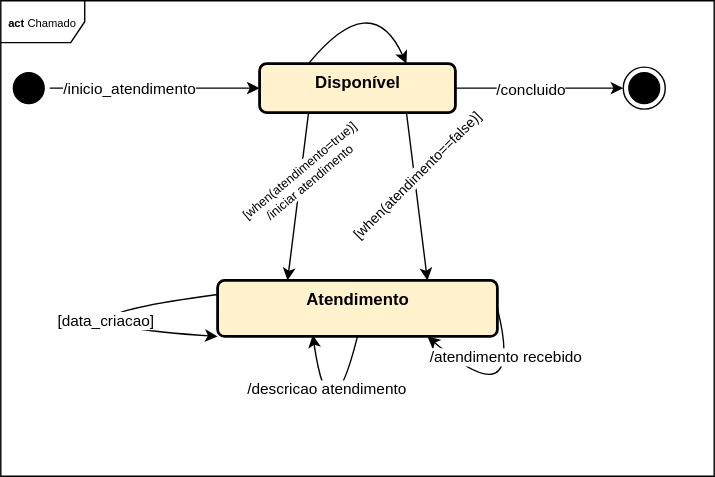
This is 3.Projeto/3.4.DTE/chamado-GECTI.drawio.svg from nicknamedelta/PS-SI-2021-2-GECTI, a draw.io export, as it was before one commit. Source tidied: cells renumbered, new cells last; positions are measured from the earlier drawing's top-left corner, leaving out a move shared by most shapes. Its diagram source:
```xml
<mxGraphModel>
  <root>
    <mxCell id="0" />
    <mxCell id="1" parent="0" />
    <mxCell id="2" value="&lt;font style=&quot;font-size: 8px&quot;&gt;&lt;b&gt;act&amp;nbsp;&lt;/b&gt;Chamado&lt;/font&gt;" style="shape=umlFrame;whiteSpace=wrap;html=1;" parent="1" vertex="1">
      <mxGeometry y="10" width="510" height="340" as="geometry" />
    </mxCell>
    <mxCell id="3" style="ellipse;html=1;shape=startState;fillColor=#000000;strokeColor=#000000;fontSize=8;" parent="1" vertex="1">
      <mxGeometry x="5" y="57.5" width="30" height="30" as="geometry" />
    </mxCell>
    <mxCell id="4" value="&lt;b&gt;Disponível&lt;/b&gt;" style="html=1;align=center;verticalAlign=top;rounded=1;absoluteArcSize=1;arcSize=10;dashed=0;strokeWidth=2;fillColor=#fff2cc;strokeColor=#000000;" parent="1" vertex="1">
      <mxGeometry x="185" y="55" width="140" height="35" as="geometry" />
    </mxCell>
    <mxCell id="5" style="endArrow=classic;html=1;rounded=0;exitX=1;exitY=0.5;exitDx=0;exitDy=0;entryX=0;entryY=0.5;entryDx=0;entryDy=0;" parent="1" edge="1" source="3" target="4">
      <mxGeometry relative="1" as="geometry" />
    </mxCell>
    <mxCell id="6" value="/inicio_atendimento" style="edgeLabel;html=1;align=center;verticalAlign=middle;" parent="5" vertex="1">
      <mxGeometry x="-0.25" y="1" relative="1" as="geometry">
        <mxPoint y="1" as="offset" />
      </mxGeometry>
    </mxCell>
    <mxCell id="7" style="endArrow=classic;html=1;rounded=0;entryX=0.75;entryY=0;entryDx=0;entryDy=0;exitX=0.25;exitY=0;exitDx=0;exitDy=0;edgeStyle=orthogonalEdgeStyle;curved=1;" parent="1" edge="1" source="4" target="4">
      <mxGeometry relative="1" as="geometry">
        <Array as="points">
          <mxPoint x="265" />
        </Array>
      </mxGeometry>
    </mxCell>
    <mxCell id="8" style="ellipse;html=1;shape=endState;fillColor=#000000;strokeColor=#000000;" parent="1" vertex="1">
      <mxGeometry x="445" y="57.5" width="30" height="30" as="geometry" />
    </mxCell>
    <mxCell id="9" style="endArrow=classic;html=1;rounded=0;curved=1;exitX=1;exitY=0.5;exitDx=0;exitDy=0;entryX=0;entryY=0.5;entryDx=0;entryDy=0;" parent="1" edge="1" source="4" target="8">
      <mxGeometry relative="1" as="geometry" />
    </mxCell>
    <mxCell id="10" value="/concluido" style="edgeLabel;html=1;align=center;verticalAlign=middle;" parent="9" vertex="1">
      <mxGeometry x="-0.12" relative="1" as="geometry">
        <mxPoint y="1" as="offset" />
      </mxGeometry>
    </mxCell>
    <mxCell id="11" value="&lt;b&gt;Atendimento&lt;/b&gt;" style="html=1;align=center;verticalAlign=top;rounded=1;absoluteArcSize=1;arcSize=10;dashed=0;strokeColor=#000000;fillColor=#fff2cc;gradientColor=none;strokeWidth=2;" parent="1" vertex="1">
      <mxGeometry x="155" y="210" width="200" height="40" as="geometry" />
    </mxCell>
    <mxCell id="12" style="endArrow=classic;html=1;rounded=0;curved=1;exitX=1;exitY=0.5;exitDx=0;exitDy=0;entryX=0.75;entryY=1;entryDx=0;entryDy=0;edgeStyle=orthogonalEdgeStyle;" parent="1" edge="1" source="11" target="11">
      <mxGeometry relative="1" as="geometry">
        <Array as="points">
          <mxPoint x="375" y="310" />
        </Array>
      </mxGeometry>
    </mxCell>
    <mxCell id="13" value="/atendimento recebido" style="edgeLabel;html=1;align=center;verticalAlign=middle;" parent="12" vertex="1">
      <mxGeometry x="-0.6" y="-3" relative="1" as="geometry" />
    </mxCell>
    <mxCell id="14" style="endArrow=classic;html=1;rounded=0;curved=1;exitX=0.5;exitY=1;exitDx=0;exitDy=0;entryX=0.34;entryY=0.975;entryDx=0;entryDy=0;edgeStyle=orthogonalEdgeStyle;entryPerimeter=0;" parent="1" edge="1" source="11" target="11">
      <mxGeometry relative="1" as="geometry">
        <Array as="points">
          <mxPoint x="235" y="330" />
        </Array>
      </mxGeometry>
    </mxCell>
    <mxCell id="15" value="/descricao atendimento" style="edgeLabel;html=1;align=center;verticalAlign=middle;" parent="14" vertex="1">
      <mxGeometry x="0.52" y="-4" relative="1" as="geometry" />
    </mxCell>
    <mxCell id="16" style="endArrow=classic;html=1;rounded=0;curved=1;entryX=0;entryY=1;entryDx=0;entryDy=0;exitX=0;exitY=0.25;exitDx=0;exitDy=0;edgeStyle=orthogonalEdgeStyle;" parent="1" edge="1" source="11" target="11">
      <mxGeometry relative="1" as="geometry">
        <Array as="points">
          <mxPoint x="5" y="240" />
        </Array>
      </mxGeometry>
    </mxCell>
    <mxCell id="17" value="[data_criacao]" style="edgeLabel;html=1;align=center;verticalAlign=middle;" parent="16" vertex="1">
      <mxGeometry x="0.47" y="6" relative="1" as="geometry" />
    </mxCell>
    <mxCell id="18" style="endArrow=classic;html=1;rounded=0;exitX=0.75;exitY=1;exitDx=0;exitDy=0;entryX=0.75;entryY=0;entryDx=0;entryDy=0;" parent="1" edge="1" source="4" target="11">
      <mxGeometry relative="1" as="geometry" />
    </mxCell>
    <mxCell id="19" value="[when(atendimento==false)]" style="edgeLabel;html=1;align=center;verticalAlign=middle;rotation=-45;fontSize=10;" parent="18" vertex="1">
      <mxGeometry x="-0.25" y="1" relative="1" as="geometry">
        <mxPoint y="-1" as="offset" />
      </mxGeometry>
    </mxCell>
    <mxCell id="20" style="endArrow=classic;html=1;rounded=0;exitX=0.25;exitY=1;exitDx=0;exitDy=0;entryX=0.25;entryY=0;entryDx=0;entryDy=0;" parent="1" edge="1" source="4" target="11">
      <mxGeometry relative="1" as="geometry" />
    </mxCell>
    <mxCell id="21" value="&lt;font style=&quot;font-size: 9px&quot;&gt;[when(atendimento=true)]&lt;br&gt;/iniciar atendimento&lt;br&gt;&lt;/font&gt;" style="edgeLabel;html=1;align=center;verticalAlign=middle;rotation=-40;fontSize=9;" parent="20" vertex="1">
      <mxGeometry x="-0.24" y="2" relative="1" as="geometry" />
    </mxCell>
  </root>
</mxGraphModel>
```
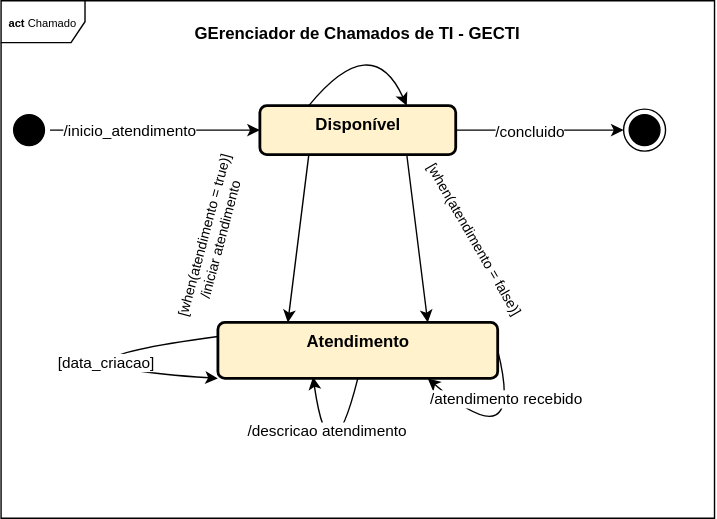
After the change.

Change to the diagram source:
```diff
@@ -3,18 +3,18 @@
     <mxCell id="0" />
     <mxCell id="1" parent="0" />
     <mxCell id="2" value="&lt;font style=&quot;font-size: 8px&quot;&gt;&lt;b&gt;act&amp;nbsp;&lt;/b&gt;Chamado&lt;/font&gt;" style="shape=umlFrame;whiteSpace=wrap;html=1;" parent="1" vertex="1">
-      <mxGeometry y="10" width="510" height="340" as="geometry" />
+      <mxGeometry y="-20" width="510" height="370" as="geometry" />
     </mxCell>
-    <mxCell id="3" style="ellipse;html=1;shape=startState;fillColor=#000000;strokeColor=#000000;fontSize=8;" parent="1" vertex="1">
-      <mxGeometry x="5" y="57.5" width="30" height="30" as="geometry" />
-    </mxCell>
+    <mxCell id="22" style="ellipse;html=1;shape=startState;fillColor=#000000;strokeColor=#000000;fontSize=8;" parent="1" vertex="1">
+      <mxGeometry x="5" y="57.5" width="30" height="30" as="geometry" />
+    </mxCell>
     <mxCell id="4" value="&lt;b&gt;Disponível&lt;/b&gt;" style="html=1;align=center;verticalAlign=top;rounded=1;absoluteArcSize=1;arcSize=10;dashed=0;strokeWidth=2;fillColor=#fff2cc;strokeColor=#000000;" parent="1" vertex="1">
       <mxGeometry x="185" y="55" width="140" height="35" as="geometry" />
     </mxCell>
-    <mxCell id="5" style="endArrow=classic;html=1;rounded=0;exitX=1;exitY=0.5;exitDx=0;exitDy=0;entryX=0;entryY=0.5;entryDx=0;entryDy=0;" parent="1" edge="1" source="3" target="4">
-      <mxGeometry relative="1" as="geometry" />
-    </mxCell>
+    <mxCell id="23" style="endArrow=classic;html=1;rounded=0;exitX=1;exitY=0.5;exitDx=0;exitDy=0;entryX=0;entryY=0.5;entryDx=0;entryDy=0;" parent="1" edge="1" source="22" target="4">
+      <mxGeometry relative="1" as="geometry" />
+    </mxCell>
-    <mxCell id="6" value="/inicio_atendimento" style="edgeLabel;html=1;align=center;verticalAlign=middle;" parent="5" vertex="1">
+    <mxCell id="6" value="/inicio_atendimento" style="edgeLabel;html=1;align=center;verticalAlign=middle;" parent="23" vertex="1">
       <mxGeometry x="-0.25" y="1" relative="1" as="geometry">
         <mxPoint y="1" as="offset" />
       </mxGeometry>
@@ -26,13 +26,13 @@
         </Array>
       </mxGeometry>
     </mxCell>
-    <mxCell id="8" style="ellipse;html=1;shape=endState;fillColor=#000000;strokeColor=#000000;" parent="1" vertex="1">
-      <mxGeometry x="445" y="57.5" width="30" height="30" as="geometry" />
-    </mxCell>
-    <mxCell id="9" style="endArrow=classic;html=1;rounded=0;curved=1;exitX=1;exitY=0.5;exitDx=0;exitDy=0;entryX=0;entryY=0.5;entryDx=0;entryDy=0;" parent="1" edge="1" source="4" target="8">
-      <mxGeometry relative="1" as="geometry" />
-    </mxCell>
+    <mxCell id="24" style="ellipse;html=1;shape=endState;fillColor=#000000;strokeColor=#000000;" parent="1" vertex="1">
+      <mxGeometry x="445" y="57.5" width="30" height="30" as="geometry" />
+    </mxCell>
+    <mxCell id="25" style="endArrow=classic;html=1;rounded=0;curved=1;exitX=1;exitY=0.5;exitDx=0;exitDy=0;entryX=0;entryY=0.5;entryDx=0;entryDy=0;" parent="1" edge="1" source="4" target="24">
+      <mxGeometry relative="1" as="geometry" />
+    </mxCell>
-    <mxCell id="10" value="/concluido" style="edgeLabel;html=1;align=center;verticalAlign=middle;" parent="9" vertex="1">
+    <mxCell id="10" value="/concluido" style="edgeLabel;html=1;align=center;verticalAlign=middle;" parent="25" vertex="1">
       <mxGeometry x="-0.12" relative="1" as="geometry">
         <mxPoint y="1" as="offset" />
       </mxGeometry>
@@ -40,49 +40,54 @@
     <mxCell id="11" value="&lt;b&gt;Atendimento&lt;/b&gt;" style="html=1;align=center;verticalAlign=top;rounded=1;absoluteArcSize=1;arcSize=10;dashed=0;strokeColor=#000000;fillColor=#fff2cc;gradientColor=none;strokeWidth=2;" parent="1" vertex="1">
       <mxGeometry x="155" y="210" width="200" height="40" as="geometry" />
     </mxCell>
-    <mxCell id="12" style="endArrow=classic;html=1;rounded=0;curved=1;exitX=1;exitY=0.5;exitDx=0;exitDy=0;entryX=0.75;entryY=1;entryDx=0;entryDy=0;edgeStyle=orthogonalEdgeStyle;" parent="1" edge="1" source="11" target="11">
-      <mxGeometry relative="1" as="geometry">
-        <Array as="points">
-          <mxPoint x="375" y="310" />
-        </Array>
-      </mxGeometry>
-    </mxCell>
+    <mxCell id="26" style="endArrow=classic;html=1;rounded=0;curved=1;exitX=1;exitY=0.5;exitDx=0;exitDy=0;entryX=0.75;entryY=1;entryDx=0;entryDy=0;edgeStyle=orthogonalEdgeStyle;" parent="1" edge="1" source="11" target="11">
+      <mxGeometry relative="1" as="geometry">
+        <Array as="points">
+          <mxPoint x="375" y="310" />
+        </Array>
+      </mxGeometry>
+    </mxCell>
-    <mxCell id="13" value="/atendimento recebido" style="edgeLabel;html=1;align=center;verticalAlign=middle;" parent="12" vertex="1">
+    <mxCell id="13" value="/atendimento recebido" style="edgeLabel;html=1;align=center;verticalAlign=middle;" parent="26" vertex="1">
       <mxGeometry x="-0.6" y="-3" relative="1" as="geometry" />
     </mxCell>
-    <mxCell id="14" style="endArrow=classic;html=1;rounded=0;curved=1;exitX=0.5;exitY=1;exitDx=0;exitDy=0;entryX=0.34;entryY=0.975;entryDx=0;entryDy=0;edgeStyle=orthogonalEdgeStyle;entryPerimeter=0;" parent="1" edge="1" source="11" target="11">
-      <mxGeometry relative="1" as="geometry">
-        <Array as="points">
-          <mxPoint x="235" y="330" />
-        </Array>
-      </mxGeometry>
-    </mxCell>
+    <mxCell id="27" style="endArrow=classic;html=1;rounded=0;curved=1;exitX=0.5;exitY=1;exitDx=0;exitDy=0;entryX=0.34;entryY=0.975;entryDx=0;entryDy=0;edgeStyle=orthogonalEdgeStyle;entryPerimeter=0;" parent="1" edge="1" source="11" target="11">
+      <mxGeometry relative="1" as="geometry">
+        <Array as="points">
+          <mxPoint x="235" y="330" />
+        </Array>
+      </mxGeometry>
+    </mxCell>
-    <mxCell id="15" value="/descricao atendimento" style="edgeLabel;html=1;align=center;verticalAlign=middle;" parent="14" vertex="1">
+    <mxCell id="15" value="/descricao atendimento" style="edgeLabel;html=1;align=center;verticalAlign=middle;" parent="27" vertex="1">
       <mxGeometry x="0.52" y="-4" relative="1" as="geometry" />
     </mxCell>
-    <mxCell id="16" style="endArrow=classic;html=1;rounded=0;curved=1;entryX=0;entryY=1;entryDx=0;entryDy=0;exitX=0;exitY=0.25;exitDx=0;exitDy=0;edgeStyle=orthogonalEdgeStyle;" parent="1" edge="1" source="11" target="11">
-      <mxGeometry relative="1" as="geometry">
-        <Array as="points">
-          <mxPoint x="5" y="240" />
-        </Array>
-      </mxGeometry>
-    </mxCell>
+    <mxCell id="28" style="endArrow=classic;html=1;rounded=0;curved=1;entryX=0;entryY=1;entryDx=0;entryDy=0;exitX=0;exitY=0.25;exitDx=0;exitDy=0;edgeStyle=orthogonalEdgeStyle;" parent="1" edge="1" source="11" target="11">
+      <mxGeometry relative="1" as="geometry">
+        <Array as="points">
+          <mxPoint x="5" y="240" />
+        </Array>
+      </mxGeometry>
+    </mxCell>
-    <mxCell id="17" value="[data_criacao]" style="edgeLabel;html=1;align=center;verticalAlign=middle;" parent="16" vertex="1">
+    <mxCell id="17" value="[data_criacao]" style="edgeLabel;html=1;align=center;verticalAlign=middle;" parent="28" vertex="1">
       <mxGeometry x="0.47" y="6" relative="1" as="geometry" />
     </mxCell>
-    <mxCell id="18" style="endArrow=classic;html=1;rounded=0;exitX=0.75;exitY=1;exitDx=0;exitDy=0;entryX=0.75;entryY=0;entryDx=0;entryDy=0;" parent="1" edge="1" source="4" target="11">
-      <mxGeometry relative="1" as="geometry" />
-    </mxCell>
-    <mxCell id="19" value="[when(atendimento==false)]" style="edgeLabel;html=1;align=center;verticalAlign=middle;rotation=-45;fontSize=10;" parent="18" vertex="1">
-      <mxGeometry x="-0.25" y="1" relative="1" as="geometry">
-        <mxPoint y="-1" as="offset" />
-      </mxGeometry>
-    </mxCell>
-    <mxCell id="20" style="endArrow=classic;html=1;rounded=0;exitX=0.25;exitY=1;exitDx=0;exitDy=0;entryX=0.25;entryY=0;entryDx=0;entryDy=0;" parent="1" edge="1" source="4" target="11">
-      <mxGeometry relative="1" as="geometry" />
-    </mxCell>
-    <mxCell id="21" value="&lt;font style=&quot;font-size: 9px&quot;&gt;[when(atendimento=true)]&lt;br&gt;/iniciar atendimento&lt;br&gt;&lt;/font&gt;" style="edgeLabel;html=1;align=center;verticalAlign=middle;rotation=-40;fontSize=9;" parent="20" vertex="1">
-      <mxGeometry x="-0.24" y="2" relative="1" as="geometry" />
-    </mxCell>
+    <mxCell id="29" style="endArrow=classic;html=1;rounded=0;exitX=0.75;exitY=1;exitDx=0;exitDy=0;entryX=0.75;entryY=0;entryDx=0;entryDy=0;" parent="1" edge="1" source="4" target="11">
+      <mxGeometry relative="1" as="geometry" />
+    </mxCell>
+    <mxCell id="30" value="[when(atendimento = false)]" style="edgeLabel;html=1;align=center;verticalAlign=middle;rotation=60;fontSize=10;" parent="29" vertex="1">
+      <mxGeometry x="-0.25" y="1" relative="1" as="geometry">
+        <mxPoint x="43" y="15" as="offset" />
+      </mxGeometry>
+    </mxCell>
+    <mxCell id="31" style="endArrow=classic;html=1;rounded=0;exitX=0.25;exitY=1;exitDx=0;exitDy=0;entryX=0.25;entryY=0;entryDx=0;entryDy=0;" parent="1" edge="1" source="4" target="11">
+      <mxGeometry relative="1" as="geometry" />
+    </mxCell>
+    <mxCell id="32" value="&lt;font style=&quot;font-size: 10px&quot;&gt;[when(atendimento = true)]&lt;br&gt;/iniciar atendimento&lt;br&gt;&lt;/font&gt;" style="edgeLabel;html=1;align=center;verticalAlign=middle;rotation=-75;fontSize=9;" parent="31" vertex="1">
+      <mxGeometry x="-0.24" y="2" relative="1" as="geometry">
+        <mxPoint x="-66" y="14" as="offset" />
+      </mxGeometry>
+    </mxCell>
+    <mxCell id="33" value="GErenciador de Chamados de TI - GECTI" style="text;align=center;fontStyle=1;verticalAlign=middle;spacingLeft=3;spacingRight=3;strokeColor=none;fontSize=12;gradientColor=none;" parent="1" vertex="1">
+      <mxGeometry x="215" y="-10" width="80" height="26" as="geometry" />
+    </mxCell>
   </root>
 </mxGraphModel>
```
